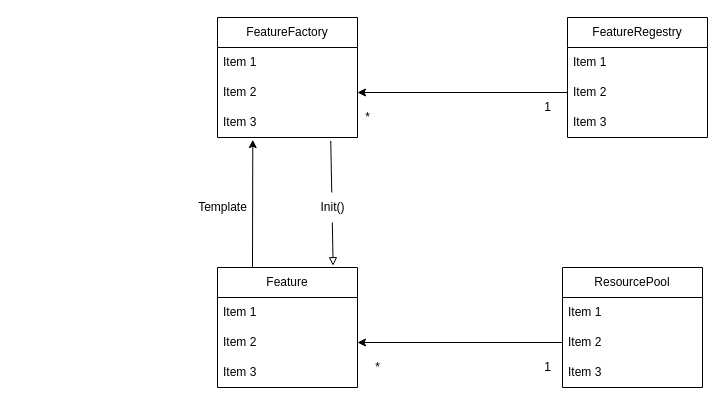
The draw.io diagram Map/Features/features.drawio in CallumWalley/tradeTest, before the edit. Source tidied: cells renumbered, new cells numbered last; positions are measured from the earlier drawing's top-left corner, leaving out a move shared by most shapes. Both pictures are drawn from the tidied source at 100%, with x=0, y=0 at pixel (187, 17).
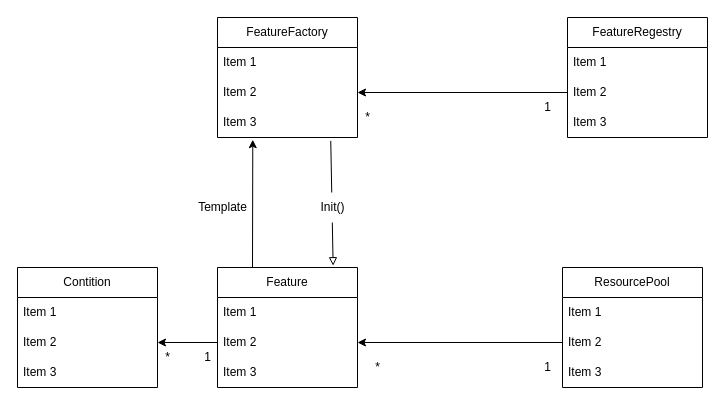
Above is the later version.

The change refers to these unchanged cells:
```xml
<mxCell id="10" value="Item 2" style="text;strokeColor=none;fillColor=none;align=left;verticalAlign=middle;spacingLeft=4;spacingRight=4;overflow=hidden;points=[[0,0.5],[1,0.5]];portConstraint=eastwest;whiteSpace=wrap;html=1;" parent="8" vertex="1">
  <mxGeometry y="60" width="140" height="30" as="geometry" />
</mxCell>
```

Diff of the diagram source:
```diff
@@
+    <mxCell id="28" value="Contition" style="swimlane;fontStyle=0;horizontal=1;startSize=30;whiteSpace=wrap;html=1;" parent="1" vertex="1">
+      <mxGeometry x="-170" y="250" width="140" height="120" as="geometry" />
+    </mxCell>
+    <mxCell id="29" value="Item 1" style="text;strokeColor=none;fillColor=none;align=left;verticalAlign=middle;spacingLeft=4;spacingRight=4;overflow=hidden;whiteSpace=wrap;html=1;" parent="28" vertex="1">
+      <mxGeometry y="30" width="140" height="30" as="geometry" />
+    </mxCell>
+    <mxCell id="30" value="Item 2" style="text;strokeColor=none;fillColor=none;align=left;verticalAlign=middle;spacingLeft=4;spacingRight=4;overflow=hidden;points=[[0,0.5],[1,0.5]];portConstraint=eastwest;whiteSpace=wrap;html=1;" parent="28" vertex="1">
+      <mxGeometry y="60" width="140" height="30" as="geometry" />
+    </mxCell>
+    <mxCell id="31" value="Item 3" style="text;strokeColor=none;fillColor=none;align=left;verticalAlign=middle;spacingLeft=4;spacingRight=4;overflow=hidden;whiteSpace=wrap;html=1;" parent="28" vertex="1">
+      <mxGeometry y="90" width="140" height="30" as="geometry" />
+    </mxCell>
+    <mxCell id="32" style="edgeStyle=none;html=1;exitX=0;exitY=0.5;exitDx=0;exitDy=0;" parent="1" edge="1" source="10" target="30">
+      <mxGeometry relative="1" as="geometry" />
+    </mxCell>
+    <mxCell id="33" value="1" style="text;html=1;align=center;verticalAlign=middle;strokeColor=none;fillColor=none;" parent="1" vertex="1">
+      <mxGeometry x="5" y="325" width="30" height="30" as="geometry" />
+    </mxCell>
+    <mxCell id="34" value="*" style="text;html=1;align=center;verticalAlign=middle;strokeColor=none;fillColor=none;" parent="1" vertex="1">
+      <mxGeometry x="-35" y="325" width="30" height="30" as="geometry" />
+    </mxCell>
```
